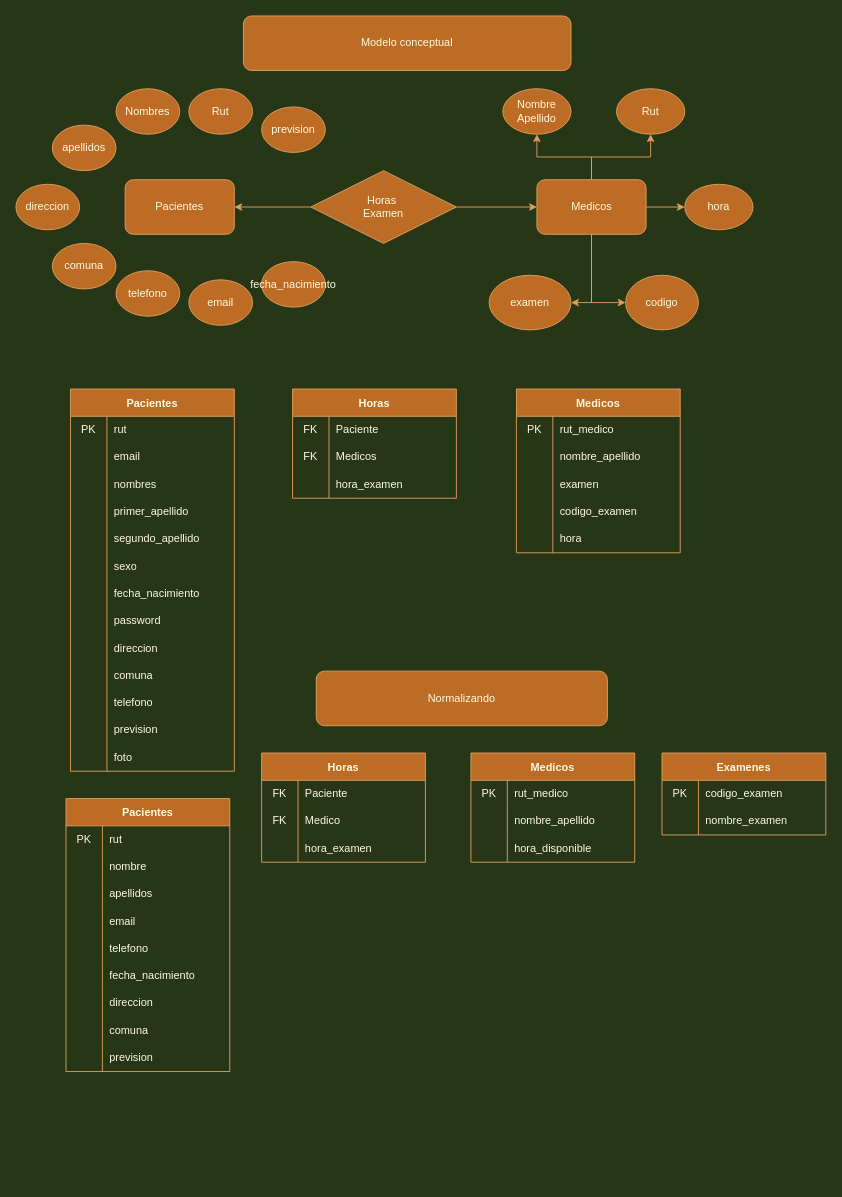
The draw.io diagram Untitled Diagram.drawio in LinkCL001/Proyecto_Full_Stack_JavaScript, before the edit. Source tidied: cells renumbered, new cells numbered last; positions are measured from the earlier drawing's top-left corner, leaving out a move shared by most shapes. Both pictures are drawn from the tidied source at 91%, with x=0, y=0 at pixel (15, 15).
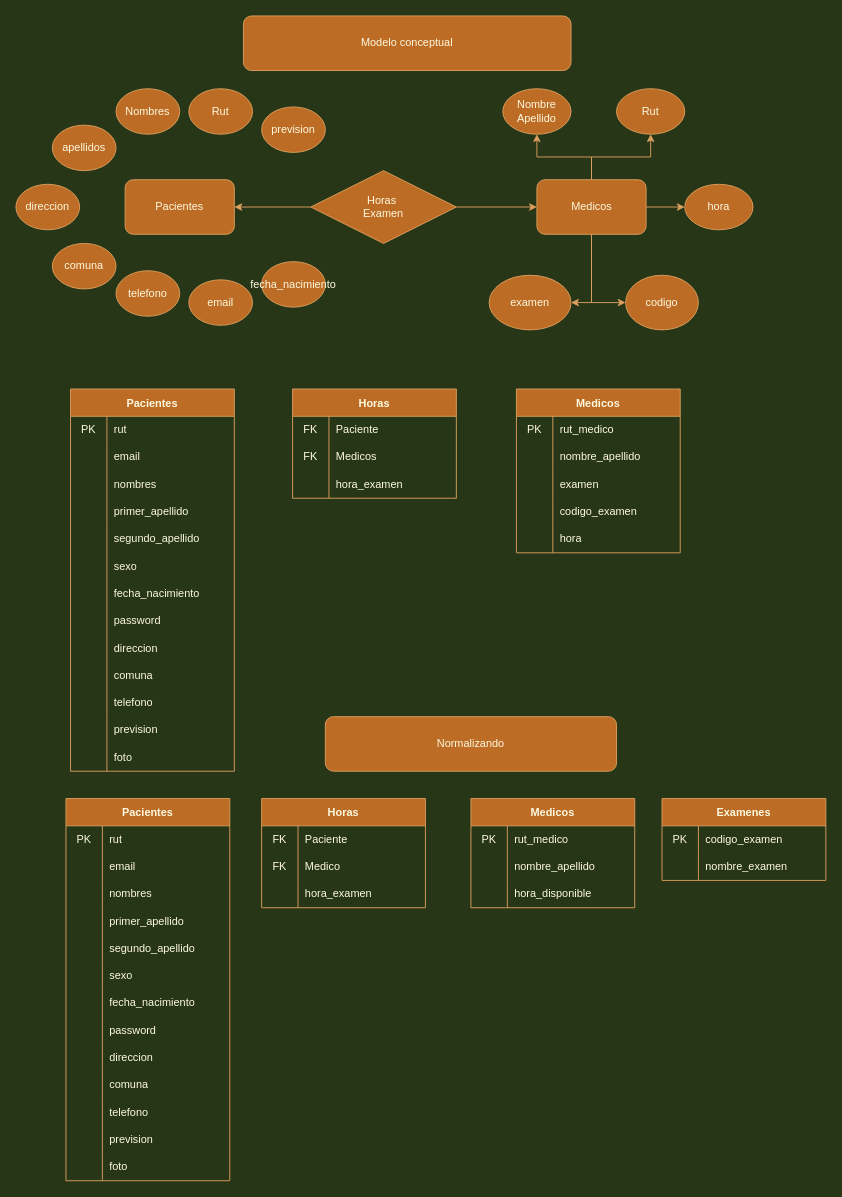
After the change.

The edit, as a diff of the source:
```diff
@@
     <mxCell id="93" value="Normalizando" style="rounded=1;whiteSpace=wrap;html=1;fillColor=#BC6C25;strokeColor=#DDA15E;fontColor=#FEFAE0;" parent="1" vertex="1">
-      <mxGeometry x="330" y="720" width="320" height="60" as="geometry" />
+      <mxGeometry x="340" y="770" width="320" height="60" as="geometry" />
     </mxCell>
-    <mxCell id="94" value="Pacientes" style="shape=table;startSize=30;childLayout=tableLayout;rowLines=0;fontStyle=1;fillColor=#BC6C25;strokeColor=#DDA15E;fontColor=#FEFAE0;" parent="1" vertex="1">
-      <mxGeometry x="55" y="860" width="180" height="300" as="geometry" />
-    </mxCell>
-    <mxCell id="95" style="shape=tableRow;horizontal=0;startSize=0;swimlaneHead=0;swimlaneBody=0;top=0;left=0;bottom=0;right=0;fillColor=none;strokeColor=#DDA15E;fontColor=#FEFAE0;" parent="94" vertex="1">
-      <mxGeometry y="30" width="180" height="30" as="geometry" />
-    </mxCell>
-    <mxCell id="96" value="PK" style="shape=partialRectangle;html=1;whiteSpace=wrap;fillColor=none;top=0;left=0;bottom=0;right=0;overflow=hidden;strokeColor=#DDA15E;fontColor=#FEFAE0;" parent="95" vertex="1">
-      <mxGeometry width="40" height="30" as="geometry" />
-    </mxCell>
-    <mxCell id="97" value="rut" style="shape=partialRectangle;html=1;whiteSpace=wrap;fillColor=none;top=0;left=0;bottom=0;right=0;align=left;spacingLeft=6;overflow=hidden;strokeColor=#DDA15E;fontColor=#FEFAE0;" parent="95" vertex="1">
-      <mxGeometry x="40" width="140" height="30" as="geometry" />
-    </mxCell>
-    <mxCell id="98" style="shape=tableRow;horizontal=0;startSize=0;swimlaneHead=0;swimlaneBody=0;top=0;left=0;bottom=0;right=0;fillColor=none;strokeColor=#DDA15E;fontColor=#FEFAE0;" parent="94" vertex="1">
-      <mxGeometry y="60" width="180" height="30" as="geometry" />
-    </mxCell>
-    <mxCell id="99" style="shape=partialRectangle;html=1;whiteSpace=wrap;fillColor=none;top=0;left=0;bottom=0;right=0;overflow=hidden;strokeColor=#DDA15E;fontColor=#FEFAE0;" parent="98" vertex="1">
-      <mxGeometry width="40" height="30" as="geometry" />
-    </mxCell>
-    <mxCell id="100" value="nombre" style="shape=partialRectangle;html=1;whiteSpace=wrap;fillColor=none;top=0;left=0;bottom=0;right=0;align=left;spacingLeft=6;overflow=hidden;strokeColor=#DDA15E;fontColor=#FEFAE0;" parent="98" vertex="1">
-      <mxGeometry x="40" width="140" height="30" as="geometry" />
-    </mxCell>
-    <mxCell id="101" style="shape=tableRow;horizontal=0;startSize=0;swimlaneHead=0;swimlaneBody=0;top=0;left=0;bottom=0;right=0;fillColor=none;strokeColor=#DDA15E;fontColor=#FEFAE0;" parent="94" vertex="1">
-      <mxGeometry y="90" width="180" height="30" as="geometry" />
-    </mxCell>
-    <mxCell id="102" style="shape=partialRectangle;html=1;whiteSpace=wrap;fillColor=none;top=0;left=0;bottom=0;right=0;overflow=hidden;strokeColor=#DDA15E;fontColor=#FEFAE0;" parent="101" vertex="1">
-      <mxGeometry width="40" height="30" as="geometry" />
-    </mxCell>
-    <mxCell id="103" value="apellidos" style="shape=partialRectangle;html=1;whiteSpace=wrap;fillColor=none;top=0;left=0;bottom=0;right=0;align=left;spacingLeft=6;overflow=hidden;strokeColor=#DDA15E;fontColor=#FEFAE0;" parent="101" vertex="1">
-      <mxGeometry x="40" width="140" height="30" as="geometry" />
-    </mxCell>
-    <mxCell id="104" style="shape=tableRow;horizontal=0;startSize=0;swimlaneHead=0;swimlaneBody=0;top=0;left=0;bottom=0;right=0;fillColor=none;strokeColor=#DDA15E;fontColor=#FEFAE0;" parent="94" vertex="1">
-      <mxGeometry y="120" width="180" height="30" as="geometry" />
-    </mxCell>
-    <mxCell id="105" style="shape=partialRectangle;html=1;whiteSpace=wrap;fillColor=none;top=0;left=0;bottom=0;right=0;overflow=hidden;strokeColor=#DDA15E;fontColor=#FEFAE0;" parent="104" vertex="1">
-      <mxGeometry width="40" height="30" as="geometry" />
-    </mxCell>
-    <mxCell id="106" value="email" style="shape=partialRectangle;html=1;whiteSpace=wrap;fillColor=none;top=0;left=0;bottom=0;right=0;align=left;spacingLeft=6;overflow=hidden;strokeColor=#DDA15E;fontColor=#FEFAE0;" parent="104" vertex="1">
-      <mxGeometry x="40" width="140" height="30" as="geometry" />
-    </mxCell>
-    <mxCell id="107" style="shape=tableRow;horizontal=0;startSize=0;swimlaneHead=0;swimlaneBody=0;top=0;left=0;bottom=0;right=0;fillColor=none;strokeColor=#DDA15E;fontColor=#FEFAE0;" parent="94" vertex="1">
-      <mxGeometry y="150" width="180" height="30" as="geometry" />
-    </mxCell>
-    <mxCell id="108" style="shape=partialRectangle;html=1;whiteSpace=wrap;fillColor=none;top=0;left=0;bottom=0;right=0;overflow=hidden;strokeColor=#DDA15E;fontColor=#FEFAE0;" parent="107" vertex="1">
-      <mxGeometry width="40" height="30" as="geometry" />
-    </mxCell>
-    <mxCell id="109" value="telefono" style="shape=partialRectangle;html=1;whiteSpace=wrap;fillColor=none;top=0;left=0;bottom=0;right=0;align=left;spacingLeft=6;overflow=hidden;strokeColor=#DDA15E;fontColor=#FEFAE0;" parent="107" vertex="1">
-      <mxGeometry x="40" width="140" height="30" as="geometry" />
-    </mxCell>
-    <mxCell id="110" style="shape=tableRow;horizontal=0;startSize=0;swimlaneHead=0;swimlaneBody=0;top=0;left=0;bottom=0;right=0;fillColor=none;strokeColor=#DDA15E;fontColor=#FEFAE0;" parent="94" vertex="1">
-      <mxGeometry y="180" width="180" height="30" as="geometry" />
-    </mxCell>
-    <mxCell id="111" style="shape=partialRectangle;html=1;whiteSpace=wrap;fillColor=none;top=0;left=0;bottom=0;right=0;overflow=hidden;strokeColor=#DDA15E;fontColor=#FEFAE0;" parent="110" vertex="1">
-      <mxGeometry width="40" height="30" as="geometry" />
-    </mxCell>
-    <mxCell id="112" value="fecha_nacimiento" style="shape=partialRectangle;html=1;whiteSpace=wrap;fillColor=none;top=0;left=0;bottom=0;right=0;align=left;spacingLeft=6;overflow=hidden;strokeColor=#DDA15E;fontColor=#FEFAE0;" parent="110" vertex="1">
-      <mxGeometry x="40" width="140" height="30" as="geometry" />
-    </mxCell>
-    <mxCell id="113" style="shape=tableRow;horizontal=0;startSize=0;swimlaneHead=0;swimlaneBody=0;top=0;left=0;bottom=0;right=0;fillColor=none;strokeColor=#DDA15E;fontColor=#FEFAE0;" parent="94" vertex="1">
-      <mxGeometry y="210" width="180" height="30" as="geometry" />
-    </mxCell>
-    <mxCell id="114" style="shape=partialRectangle;html=1;whiteSpace=wrap;fillColor=none;top=0;left=0;bottom=0;right=0;overflow=hidden;strokeColor=#DDA15E;fontColor=#FEFAE0;" parent="113" vertex="1">
-      <mxGeometry width="40" height="30" as="geometry" />
-    </mxCell>
-    <mxCell id="115" value="direccion" style="shape=partialRectangle;html=1;whiteSpace=wrap;fillColor=none;top=0;left=0;bottom=0;right=0;align=left;spacingLeft=6;overflow=hidden;strokeColor=#DDA15E;fontColor=#FEFAE0;" parent="113" vertex="1">
-      <mxGeometry x="40" width="140" height="30" as="geometry" />
-    </mxCell>
-    <mxCell id="116" style="shape=tableRow;horizontal=0;startSize=0;swimlaneHead=0;swimlaneBody=0;top=0;left=0;bottom=0;right=0;fillColor=none;strokeColor=#DDA15E;fontColor=#FEFAE0;" parent="94" vertex="1">
-      <mxGeometry y="240" width="180" height="30" as="geometry" />
-    </mxCell>
-    <mxCell id="117" style="shape=partialRectangle;html=1;whiteSpace=wrap;fillColor=none;top=0;left=0;bottom=0;right=0;overflow=hidden;strokeColor=#DDA15E;fontColor=#FEFAE0;" parent="116" vertex="1">
-      <mxGeometry width="40" height="30" as="geometry" />
-    </mxCell>
-    <mxCell id="118" value="comuna" style="shape=partialRectangle;html=1;whiteSpace=wrap;fillColor=none;top=0;left=0;bottom=0;right=0;align=left;spacingLeft=6;overflow=hidden;strokeColor=#DDA15E;fontColor=#FEFAE0;" parent="116" vertex="1">
-      <mxGeometry x="40" width="140" height="30" as="geometry" />
-    </mxCell>
-    <mxCell id="119" style="shape=tableRow;horizontal=0;startSize=0;swimlaneHead=0;swimlaneBody=0;top=0;left=0;bottom=0;right=0;fillColor=none;strokeColor=#DDA15E;fontColor=#FEFAE0;" parent="94" vertex="1">
-      <mxGeometry y="270" width="180" height="30" as="geometry" />
-    </mxCell>
-    <mxCell id="120" style="shape=partialRectangle;html=1;whiteSpace=wrap;fillColor=none;top=0;left=0;bottom=0;right=0;overflow=hidden;strokeColor=#DDA15E;fontColor=#FEFAE0;" parent="119" vertex="1">
-      <mxGeometry width="40" height="30" as="geometry" />
-    </mxCell>
-    <mxCell id="121" value="prevision" style="shape=partialRectangle;html=1;whiteSpace=wrap;fillColor=none;top=0;left=0;bottom=0;right=0;align=left;spacingLeft=6;overflow=hidden;strokeColor=#DDA15E;fontColor=#FEFAE0;" parent="119" vertex="1">
-      <mxGeometry x="40" width="140" height="30" as="geometry" />
-    </mxCell>
     <mxCell id="122" value="Horas" style="shape=table;startSize=30;childLayout=tableLayout;rowLines=0;fontStyle=1;fillColor=#BC6C25;strokeColor=#DDA15E;fontColor=#FEFAE0;" parent="1" vertex="1">
-      <mxGeometry x="270" y="810" width="180" height="120" as="geometry" />
+      <mxGeometry x="270" y="860" width="180" height="120" as="geometry" />
     </mxCell>
@@
     <mxCell id="132" value="Medicos" style="shape=table;startSize=30;childLayout=tableLayout;rowLines=0;fontStyle=1;fillColor=#BC6C25;strokeColor=#DDA15E;fontColor=#FEFAE0;" parent="1" vertex="1">
-      <mxGeometry x="500" y="810" width="180" height="120" as="geometry" />
+      <mxGeometry x="500" y="860" width="180" height="120" as="geometry" />
     </mxCell>
@@
     <mxCell id="142" value="Examenes" style="shape=table;startSize=30;childLayout=tableLayout;rowLines=0;fontStyle=1;fillColor=#BC6C25;strokeColor=#DDA15E;fontColor=#FEFAE0;" parent="1" vertex="1">
-      <mxGeometry x="710" y="810" width="180" height="90" as="geometry" />
+      <mxGeometry x="710" y="860" width="180" height="90" as="geometry" />
     </mxCell>
@@
+    <mxCell id="94" value="Pacientes" style="shape=table;startSize=30;childLayout=tableLayout;rowLines=0;fontStyle=1;fillColor=#BC6C25;strokeColor=#DDA15E;fontColor=#FEFAE0;" parent="1" vertex="1">
+      <mxGeometry x="55" y="860" width="180" height="420" as="geometry" />
+    </mxCell>
+    <mxCell id="95" style="shape=tableRow;horizontal=0;startSize=0;swimlaneHead=0;swimlaneBody=0;top=0;left=0;bottom=0;right=0;fillColor=none;strokeColor=#DDA15E;fontColor=#FEFAE0;" parent="94" vertex="1">
+      <mxGeometry y="30" width="180" height="30" as="geometry" />
+    </mxCell>
+    <mxCell id="96" value="PK" style="shape=partialRectangle;html=1;whiteSpace=wrap;fillColor=none;top=0;left=0;bottom=0;right=0;overflow=hidden;strokeColor=#DDA15E;fontColor=#FEFAE0;" parent="95" vertex="1">
+      <mxGeometry width="40" height="30" as="geometry" />
+    </mxCell>
+    <mxCell id="97" value="rut" style="shape=partialRectangle;html=1;whiteSpace=wrap;fillColor=none;top=0;left=0;bottom=0;right=0;align=left;spacingLeft=6;overflow=hidden;strokeColor=#DDA15E;fontColor=#FEFAE0;" parent="95" vertex="1">
+      <mxGeometry x="40" width="140" height="30" as="geometry" />
+    </mxCell>
+    <mxCell id="98" style="shape=tableRow;horizontal=0;startSize=0;swimlaneHead=0;swimlaneBody=0;top=0;left=0;bottom=0;right=0;fillColor=none;strokeColor=#DDA15E;fontColor=#FEFAE0;" parent="94" vertex="1">
+      <mxGeometry y="60" width="180" height="30" as="geometry" />
+    </mxCell>
+    <mxCell id="149" style="shape=partialRectangle;html=1;whiteSpace=wrap;fillColor=none;top=0;left=0;bottom=0;right=0;overflow=hidden;strokeColor=#DDA15E;fontColor=#FEFAE0;" parent="98" vertex="1">
+      <mxGeometry width="40" height="30" as="geometry" />
+    </mxCell>
+    <mxCell id="106" value="email" style="shape=partialRectangle;html=1;whiteSpace=wrap;fillColor=none;top=0;left=0;bottom=0;right=0;align=left;spacingLeft=6;overflow=hidden;strokeColor=#DDA15E;fontColor=#FEFAE0;" parent="98" vertex="1">
+      <mxGeometry x="40" width="140" height="30" as="geometry" />
+    </mxCell>
+    <mxCell id="101" style="shape=tableRow;horizontal=0;startSize=0;swimlaneHead=0;swimlaneBody=0;top=0;left=0;bottom=0;right=0;fillColor=none;strokeColor=#DDA15E;fontColor=#FEFAE0;" parent="94" vertex="1">
+      <mxGeometry y="90" width="180" height="30" as="geometry" />
+    </mxCell>
+    <mxCell id="150" style="shape=partialRectangle;html=1;whiteSpace=wrap;fillColor=none;top=0;left=0;bottom=0;right=0;overflow=hidden;strokeColor=#DDA15E;fontColor=#FEFAE0;" parent="101" vertex="1">
+      <mxGeometry width="40" height="30" as="geometry" />
+    </mxCell>
+    <mxCell id="151" value="nombres" style="shape=partialRectangle;html=1;whiteSpace=wrap;fillColor=none;top=0;left=0;bottom=0;right=0;align=left;spacingLeft=6;overflow=hidden;strokeColor=#DDA15E;fontColor=#FEFAE0;" parent="101" vertex="1">
+      <mxGeometry x="40" width="140" height="30" as="geometry" />
+    </mxCell>
+    <mxCell id="104" style="shape=tableRow;horizontal=0;startSize=0;swimlaneHead=0;swimlaneBody=0;top=0;left=0;bottom=0;right=0;fillColor=none;strokeColor=#DDA15E;fontColor=#FEFAE0;" parent="94" vertex="1">
+      <mxGeometry y="120" width="180" height="30" as="geometry" />
+    </mxCell>
+    <mxCell id="152" style="shape=partialRectangle;html=1;whiteSpace=wrap;fillColor=none;top=0;left=0;bottom=0;right=0;overflow=hidden;strokeColor=#DDA15E;fontColor=#FEFAE0;" parent="104" vertex="1">
+      <mxGeometry width="40" height="30" as="geometry" />
+    </mxCell>
+    <mxCell id="153" value="primer_apellido" style="shape=partialRectangle;html=1;whiteSpace=wrap;fillColor=none;top=0;left=0;bottom=0;right=0;align=left;spacingLeft=6;overflow=hidden;strokeColor=#DDA15E;fontColor=#FEFAE0;" parent="104" vertex="1">
+      <mxGeometry x="40" width="140" height="30" as="geometry" />
+    </mxCell>
+    <mxCell id="107" style="shape=tableRow;horizontal=0;startSize=0;swimlaneHead=0;swimlaneBody=0;top=0;left=0;bottom=0;right=0;fillColor=none;strokeColor=#DDA15E;fontColor=#FEFAE0;" parent="94" vertex="1">
+      <mxGeometry y="150" width="180" height="30" as="geometry" />
+    </mxCell>
+    <mxCell id="154" style="shape=partialRectangle;html=1;whiteSpace=wrap;fillColor=none;top=0;left=0;bottom=0;right=0;overflow=hidden;strokeColor=#DDA15E;fontColor=#FEFAE0;" parent="107" vertex="1">
+      <mxGeometry width="40" height="30" as="geometry" />
+    </mxCell>
+    <mxCell id="155" value="segundo_apellido" style="shape=partialRectangle;html=1;whiteSpace=wrap;fillColor=none;top=0;left=0;bottom=0;right=0;align=left;spacingLeft=6;overflow=hidden;strokeColor=#DDA15E;fontColor=#FEFAE0;" parent="107" vertex="1">
+      <mxGeometry x="40" width="140" height="30" as="geometry" />
+    </mxCell>
+    <mxCell id="110" style="shape=tableRow;horizontal=0;startSize=0;swimlaneHead=0;swimlaneBody=0;top=0;left=0;bottom=0;right=0;fillColor=none;strokeColor=#DDA15E;fontColor=#FEFAE0;" parent="94" vertex="1">
+      <mxGeometry y="180" width="180" height="30" as="geometry" />
+    </mxCell>
+    <mxCell id="156" style="shape=partialRectangle;html=1;whiteSpace=wrap;fillColor=none;top=0;left=0;bottom=0;right=0;overflow=hidden;strokeColor=#DDA15E;fontColor=#FEFAE0;" parent="110" vertex="1">
+      <mxGeometry width="40" height="30" as="geometry" />
+    </mxCell>
+    <mxCell id="157" value="sexo" style="shape=partialRectangle;html=1;whiteSpace=wrap;fillColor=none;top=0;left=0;bottom=0;right=0;align=left;spacingLeft=6;overflow=hidden;strokeColor=#DDA15E;fontColor=#FEFAE0;" parent="110" vertex="1">
+      <mxGeometry x="40" width="140" height="30" as="geometry" />
+    </mxCell>
+    <mxCell id="113" style="shape=tableRow;horizontal=0;startSize=0;swimlaneHead=0;swimlaneBody=0;top=0;left=0;bottom=0;right=0;fillColor=none;strokeColor=#DDA15E;fontColor=#FEFAE0;" parent="94" vertex="1">
+      <mxGeometry y="210" width="180" height="30" as="geometry" />
+    </mxCell>
+    <mxCell id="158" style="shape=partialRectangle;html=1;whiteSpace=wrap;fillColor=none;top=0;left=0;bottom=0;right=0;overflow=hidden;strokeColor=#DDA15E;fontColor=#FEFAE0;" parent="113" vertex="1">
+      <mxGeometry width="40" height="30" as="geometry" />
+    </mxCell>
+    <mxCell id="112" value="fecha_nacimiento" style="shape=partialRectangle;html=1;whiteSpace=wrap;fillColor=none;top=0;left=0;bottom=0;right=0;align=left;spacingLeft=6;overflow=hidden;strokeColor=#DDA15E;fontColor=#FEFAE0;" parent="113" vertex="1">
+      <mxGeometry x="40" width="140" height="30" as="geometry" />
+    </mxCell>
+    <mxCell id="116" style="shape=tableRow;horizontal=0;startSize=0;swimlaneHead=0;swimlaneBody=0;top=0;left=0;bottom=0;right=0;fillColor=none;strokeColor=#DDA15E;fontColor=#FEFAE0;" parent="94" vertex="1">
+      <mxGeometry y="240" width="180" height="30" as="geometry" />
+    </mxCell>
+    <mxCell id="159" style="shape=partialRectangle;html=1;whiteSpace=wrap;fillColor=none;top=0;left=0;bottom=0;right=0;overflow=hidden;strokeColor=#DDA15E;fontColor=#FEFAE0;" parent="116" vertex="1">
+      <mxGeometry width="40" height="30" as="geometry" />
+    </mxCell>
+    <mxCell id="160" value="password" style="shape=partialRectangle;html=1;whiteSpace=wrap;fillColor=none;top=0;left=0;bottom=0;right=0;align=left;spacingLeft=6;overflow=hidden;strokeColor=#DDA15E;fontColor=#FEFAE0;" parent="116" vertex="1">
+      <mxGeometry x="40" width="140" height="30" as="geometry" />
+    </mxCell>
+    <mxCell id="119" style="shape=tableRow;horizontal=0;startSize=0;swimlaneHead=0;swimlaneBody=0;top=0;left=0;bottom=0;right=0;fillColor=none;strokeColor=#DDA15E;fontColor=#FEFAE0;" parent="94" vertex="1">
+      <mxGeometry y="270" width="180" height="30" as="geometry" />
+    </mxCell>
+    <mxCell id="161" style="shape=partialRectangle;html=1;whiteSpace=wrap;fillColor=none;top=0;left=0;bottom=0;right=0;overflow=hidden;strokeColor=#DDA15E;fontColor=#FEFAE0;" parent="119" vertex="1">
+      <mxGeometry width="40" height="30" as="geometry" />
+    </mxCell>
+    <mxCell id="115" value="direccion" style="shape=partialRectangle;html=1;whiteSpace=wrap;fillColor=none;top=0;left=0;bottom=0;right=0;align=left;spacingLeft=6;overflow=hidden;strokeColor=#DDA15E;fontColor=#FEFAE0;" parent="119" vertex="1">
+      <mxGeometry x="40" width="140" height="30" as="geometry" />
+    </mxCell>
+    <mxCell id="162" style="shape=tableRow;horizontal=0;startSize=0;swimlaneHead=0;swimlaneBody=0;top=0;left=0;bottom=0;right=0;fillColor=none;strokeColor=#DDA15E;fontColor=#FEFAE0;" parent="94" vertex="1">
+      <mxGeometry y="300" width="180" height="30" as="geometry" />
+    </mxCell>
+    <mxCell id="163" style="shape=partialRectangle;html=1;whiteSpace=wrap;fillColor=none;top=0;left=0;bottom=0;right=0;overflow=hidden;strokeColor=#DDA15E;fontColor=#FEFAE0;" parent="162" vertex="1">
+      <mxGeometry width="40" height="30" as="geometry" />
+    </mxCell>
+    <mxCell id="118" value="comuna" style="shape=partialRectangle;html=1;whiteSpace=wrap;fillColor=none;top=0;left=0;bottom=0;right=0;align=left;spacingLeft=6;overflow=hidden;strokeColor=#DDA15E;fontColor=#FEFAE0;" parent="162" vertex="1">
+      <mxGeometry x="40" width="140" height="30" as="geometry" />
+    </mxCell>
+    <mxCell id="164" style="shape=tableRow;horizontal=0;startSize=0;swimlaneHead=0;swimlaneBody=0;top=0;left=0;bottom=0;right=0;fillColor=none;strokeColor=#DDA15E;fontColor=#FEFAE0;" parent="94" vertex="1">
+      <mxGeometry y="330" width="180" height="30" as="geometry" />
+    </mxCell>
+    <mxCell id="165" style="shape=partialRectangle;html=1;whiteSpace=wrap;fillColor=none;top=0;left=0;bottom=0;right=0;overflow=hidden;strokeColor=#DDA15E;fontColor=#FEFAE0;" parent="164" vertex="1">
+      <mxGeometry width="40" height="30" as="geometry" />
+    </mxCell>
+    <mxCell id="109" value="telefono" style="shape=partialRectangle;html=1;whiteSpace=wrap;fillColor=none;top=0;left=0;bottom=0;right=0;align=left;spacingLeft=6;overflow=hidden;strokeColor=#DDA15E;fontColor=#FEFAE0;" parent="164" vertex="1">
+      <mxGeometry x="40" width="140" height="30" as="geometry" />
+    </mxCell>
+    <mxCell id="166" style="shape=tableRow;horizontal=0;startSize=0;swimlaneHead=0;swimlaneBody=0;top=0;left=0;bottom=0;right=0;fillColor=none;strokeColor=#DDA15E;fontColor=#FEFAE0;" parent="94" vertex="1">
+      <mxGeometry y="360" width="180" height="30" as="geometry" />
+    </mxCell>
+    <mxCell id="167" style="shape=partialRectangle;html=1;whiteSpace=wrap;fillColor=none;top=0;left=0;bottom=0;right=0;overflow=hidden;strokeColor=#DDA15E;fontColor=#FEFAE0;" parent="166" vertex="1">
+      <mxGeometry width="40" height="30" as="geometry" />
+    </mxCell>
+    <mxCell id="121" value="prevision" style="shape=partialRectangle;html=1;whiteSpace=wrap;fillColor=none;top=0;left=0;bottom=0;right=0;align=left;spacingLeft=6;overflow=hidden;strokeColor=#DDA15E;fontColor=#FEFAE0;" parent="166" vertex="1">
+      <mxGeometry x="40" width="140" height="30" as="geometry" />
+    </mxCell>
+    <mxCell id="168" style="shape=tableRow;horizontal=0;startSize=0;swimlaneHead=0;swimlaneBody=0;top=0;left=0;bottom=0;right=0;fillColor=none;strokeColor=#DDA15E;fontColor=#FEFAE0;" parent="94" vertex="1">
+      <mxGeometry y="390" width="180" height="30" as="geometry" />
+    </mxCell>
+    <mxCell id="169" style="shape=partialRectangle;html=1;whiteSpace=wrap;fillColor=none;top=0;left=0;bottom=0;right=0;overflow=hidden;strokeColor=#DDA15E;fontColor=#FEFAE0;" parent="168" vertex="1">
+      <mxGeometry width="40" height="30" as="geometry" />
+    </mxCell>
+    <mxCell id="170" value="foto" style="shape=partialRectangle;html=1;whiteSpace=wrap;fillColor=none;top=0;left=0;bottom=0;right=0;align=left;spacingLeft=6;overflow=hidden;strokeColor=#DDA15E;fontColor=#FEFAE0;" parent="168" vertex="1">
+      <mxGeometry x="40" width="140" height="30" as="geometry" />
+    </mxCell>
```
